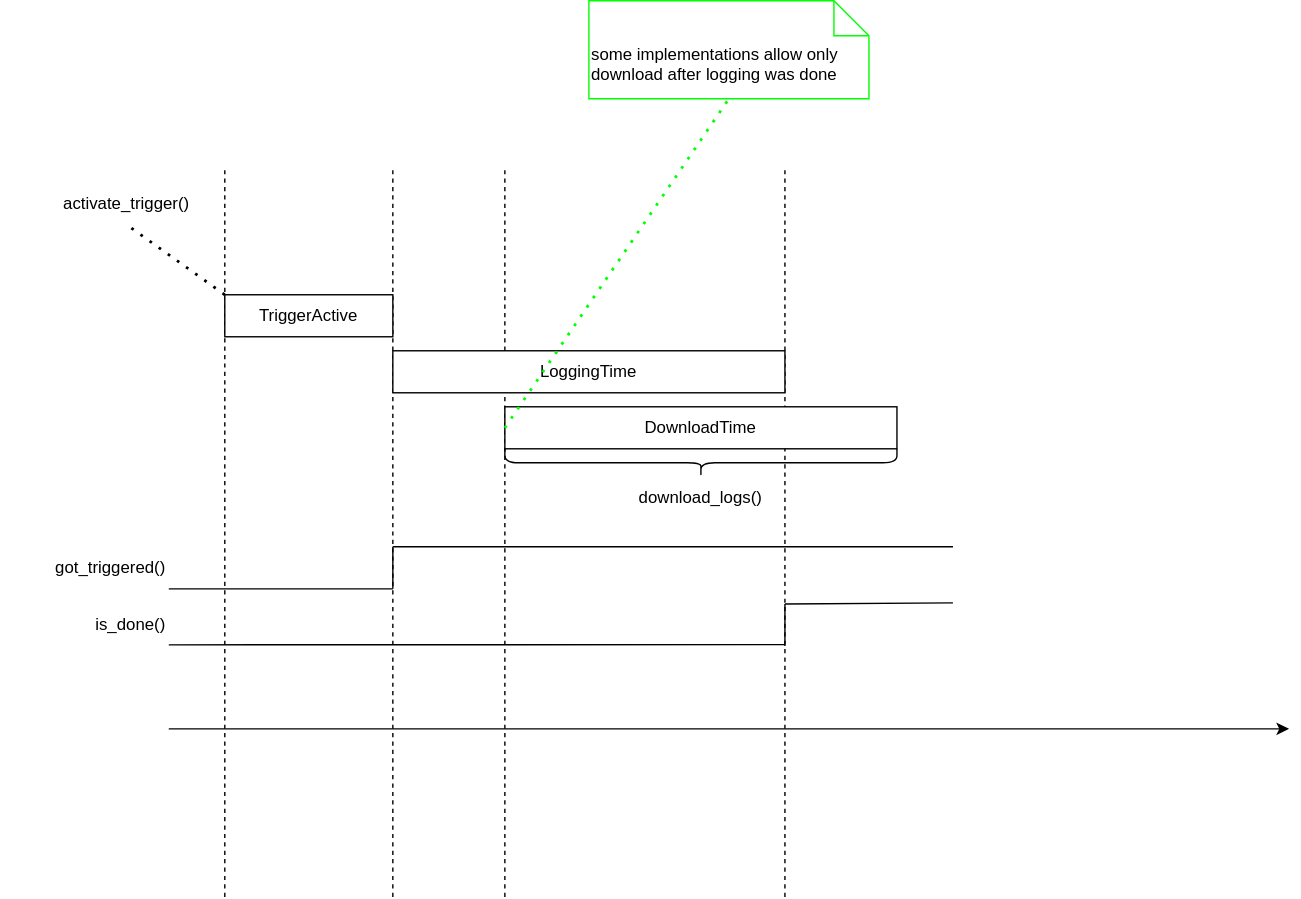
This is docs/datalogger.drawio.svg from analogdevicesinc/PyTrinamic, a draw.io export, as it was before one commit. Source tidied: cells renumbered, new cells last; positions are measured from the earlier drawing's top-left corner, leaving out a move shared by most shapes.
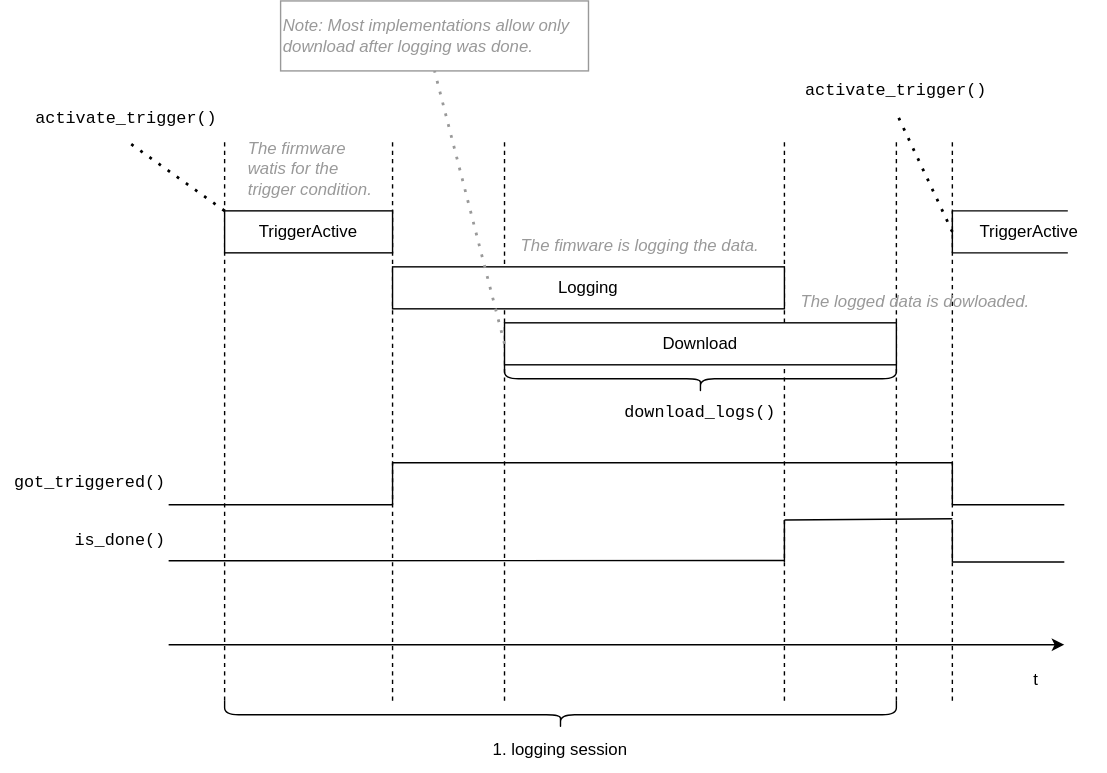
Above is the later version.

Commit message:
Docs: Improve the Datalogger's documentation

Diff of the diagram source:
```diff
@@ -1,53 +1,59 @@
-<mxGraphModel>
+<mxGraphModel background="#ffffff">
   <root>
     <mxCell id="0" />
     <mxCell id="1" parent="0" />
+    <mxCell id="24" style="endArrow=none;dashed=1;html=1;" parent="1" edge="1">
+      <mxGeometry relative="1" as="geometry">
+        <mxPoint x="640" y="560" as="sourcePoint" />
+        <mxPoint x="640" y="160" as="targetPoint" />
+      </mxGeometry>
+    </mxCell>
     <mxCell id="2" style="endArrow=none;dashed=1;html=1;" parent="1" edge="1">
       <mxGeometry relative="1" as="geometry">
-        <mxPoint x="160" y="640" as="sourcePoint" />
-        <mxPoint x="160" y="120" as="targetPoint" />
+        <mxPoint x="160" y="560" as="sourcePoint" />
+        <mxPoint x="160" y="160" as="targetPoint" />
       </mxGeometry>
     </mxCell>
     <mxCell id="3" style="endArrow=none;dashed=1;html=1;" parent="1" edge="1">
       <mxGeometry relative="1" as="geometry">
-        <mxPoint x="280" y="640" as="sourcePoint" />
-        <mxPoint x="280" y="120" as="targetPoint" />
+        <mxPoint x="280" y="560" as="sourcePoint" />
+        <mxPoint x="280" y="160" as="targetPoint" />
       </mxGeometry>
     </mxCell>
     <mxCell id="4" style="endArrow=none;dashed=1;html=1;" parent="1" edge="1">
       <mxGeometry relative="1" as="geometry">
-        <mxPoint x="360" y="640" as="sourcePoint" />
-        <mxPoint x="360" y="120" as="targetPoint" />
+        <mxPoint x="360" y="560" as="sourcePoint" />
+        <mxPoint x="360" y="160" as="targetPoint" />
       </mxGeometry>
     </mxCell>
     <mxCell id="5" style="endArrow=none;dashed=1;html=1;" parent="1" edge="1">
       <mxGeometry relative="1" as="geometry">
-        <mxPoint x="560" y="640" as="sourcePoint" />
-        <mxPoint x="560" y="120" as="targetPoint" />
+        <mxPoint x="560" y="560" as="sourcePoint" />
+        <mxPoint x="560" y="160" as="targetPoint" />
       </mxGeometry>
     </mxCell>
     <mxCell id="6" style="endArrow=classic;html=1;" parent="1" edge="1">
       <mxGeometry relative="1" as="geometry">
         <mxPoint x="120" y="520" as="sourcePoint" />
-        <mxPoint x="920" y="520" as="targetPoint" />
+        <mxPoint x="760" y="520" as="targetPoint" />
       </mxGeometry>
     </mxCell>
-    <mxCell id="7" value="DownloadTime" style="rounded=0;whiteSpace=wrap;html=1;" parent="1" vertex="1">
+    <mxCell id="7" value="Download" style="rounded=0;whiteSpace=wrap;html=1;" parent="1" vertex="1">
       <mxGeometry x="360" y="290" width="280" height="30" as="geometry" />
     </mxCell>
-    <mxCell id="8" value="LoggingTime" style="rounded=0;whiteSpace=wrap;html=1;" parent="1" vertex="1">
+    <mxCell id="8" value="Logging" style="rounded=0;whiteSpace=wrap;html=1;" parent="1" vertex="1">
       <mxGeometry x="280" y="250" width="280" height="30" as="geometry" />
     </mxCell>
     <mxCell id="9" value="TriggerActive" style="rounded=0;whiteSpace=wrap;html=1;" parent="1" vertex="1">
       <mxGeometry x="160" y="210" width="120" height="30" as="geometry" />
     </mxCell>
-    <mxCell id="10" value="activate_trigger()" style="text;html=1;strokeColor=none;fillColor=none;align=center;verticalAlign=middle;whiteSpace=wrap;rounded=0;" parent="1" vertex="1">
+    <mxCell id="10" value="activate_trigger()" style="text;html=1;strokeColor=none;fillColor=none;align=center;verticalAlign=middle;whiteSpace=wrap;rounded=0;fontFamily=Courier New;" parent="1" vertex="1">
       <mxGeometry x="60" y="130" width="60" height="30" as="geometry" />
     </mxCell>
     <mxCell id="11" style="endArrow=none;dashed=1;html=1;dashPattern=1 3;strokeWidth=2;entryX=0.5;entryY=1;entryDx=0;entryDy=0;exitX=0;exitY=0;exitDx=0;exitDy=0;" parent="1" edge="1" source="9" target="10">
       <mxGeometry relative="1" as="geometry" />
     </mxCell>
-    <mxCell id="12" value="got_triggered()" style="text;html=1;strokeColor=none;fillColor=none;align=right;verticalAlign=middle;whiteSpace=wrap;rounded=0;" parent="1" vertex="1">
+    <mxCell id="12" value="got_triggered()" style="text;html=1;strokeColor=none;fillColor=none;align=right;verticalAlign=middle;whiteSpace=wrap;rounded=0;fontFamily=Courier New;" parent="1" vertex="1">
       <mxGeometry y="390" width="120" height="30" as="geometry" />
     </mxCell>
     <mxCell id="13" style="endArrow=none;html=1;" parent="1" edge="1">
@@ -68,7 +74,7 @@
         <mxPoint x="680" y="390" as="targetPoint" />
       </mxGeometry>
     </mxCell>
-    <mxCell id="16" value="is_done()" style="text;html=1;strokeColor=none;fillColor=none;align=right;verticalAlign=middle;whiteSpace=wrap;rounded=0;" parent="1" vertex="1">
+    <mxCell id="16" value="is_done()" style="text;html=1;strokeColor=none;fillColor=none;align=right;verticalAlign=middle;whiteSpace=wrap;rounded=0;fontFamily=Courier New;" parent="1" vertex="1">
       <mxGeometry y="430.9" width="120" height="30" as="geometry" />
     </mxCell>
     <mxCell id="17" style="endArrow=none;html=1;" parent="1" edge="1">
@@ -92,14 +98,80 @@
     <mxCell id="20" style="shape=curlyBracket;whiteSpace=wrap;html=1;rounded=1;flipH=0;labelPosition=right;verticalLabelPosition=middle;align=left;verticalAlign=middle;direction=south;flipV=1;" parent="1" vertex="1">
       <mxGeometry x="360" y="320" width="280" height="20" as="geometry" />
     </mxCell>
-    <mxCell id="21" value="download_logs()" style="text;html=1;strokeColor=none;fillColor=none;align=center;verticalAlign=middle;whiteSpace=wrap;rounded=0;" parent="1" vertex="1">
+    <mxCell id="21" value="download_logs()" style="text;html=1;strokeColor=none;fillColor=none;align=center;verticalAlign=middle;whiteSpace=wrap;rounded=0;fontFamily=Courier New;" parent="1" vertex="1">
       <mxGeometry x="470" y="340" width="60" height="30" as="geometry" />
     </mxCell>
-    <mxCell id="22" value="some implementations allow only download after logging was done" style="shape=note2;boundedLbl=1;whiteSpace=wrap;html=1;size=25;verticalAlign=top;align=left;strokeColor=#00FF00;" parent="1" vertex="1">
-      <mxGeometry x="420" width="200" height="70" as="geometry" />
-    </mxCell>
-    <mxCell id="23" style="endArrow=none;dashed=1;html=1;dashPattern=1 3;strokeWidth=2;entryX=0.5;entryY=1;entryDx=0;entryDy=0;exitX=0;exitY=0.5;exitDx=0;exitDy=0;entryPerimeter=0;strokeColor=#00FF00;" parent="1" edge="1" source="7" target="22">
+    <mxCell id="23" style="endArrow=none;dashed=1;html=1;dashPattern=1 3;strokeWidth=2;entryX=0.5;entryY=1;entryDx=0;entryDy=0;exitX=0;exitY=0.5;exitDx=0;exitDy=0;strokeColor=#999999;" parent="1" edge="1" source="7" target="39">
       <mxGeometry relative="1" as="geometry" />
     </mxCell>
+    <mxCell id="25" value="t" style="text;html=1;strokeColor=none;fillColor=none;align=center;verticalAlign=middle;whiteSpace=wrap;rounded=0;" parent="1" vertex="1">
+      <mxGeometry x="720" y="530" width="40" height="30" as="geometry" />
+    </mxCell>
+    <mxCell id="26" style="endArrow=none;dashed=1;html=1;" parent="1" edge="1">
+      <mxGeometry relative="1" as="geometry">
+        <mxPoint x="680" y="560" as="sourcePoint" />
+        <mxPoint x="680" y="160" as="targetPoint" />
+      </mxGeometry>
+    </mxCell>
+    <mxCell id="27" value="TriggerActive" style="text;html=1;strokeColor=none;fillColor=none;align=center;verticalAlign=middle;whiteSpace=wrap;rounded=0;" parent="1" vertex="1">
+      <mxGeometry x="680" y="210" width="110" height="30" as="geometry" />
+    </mxCell>
+    <mxCell id="28" style="endArrow=none;html=1;exitX=0;exitY=1;exitDx=0;exitDy=0;entryX=0.75;entryY=1;entryDx=0;entryDy=0;" parent="1" edge="1" source="27" target="27">
+      <mxGeometry relative="1" as="geometry" />
+    </mxCell>
+    <mxCell id="29" style="endArrow=none;html=1;entryX=0.75;entryY=0;entryDx=0;entryDy=0;exitX=0;exitY=0;exitDx=0;exitDy=0;" parent="1" edge="1" source="27" target="27">
+      <mxGeometry relative="1" as="geometry" />
+    </mxCell>
+    <mxCell id="30" style="endArrow=none;html=1;entryX=0;entryY=0;entryDx=0;entryDy=0;exitX=0;exitY=1;exitDx=0;exitDy=0;" parent="1" edge="1" source="27" target="27">
+      <mxGeometry relative="1" as="geometry" />
+    </mxCell>
+    <mxCell id="31" style="endArrow=none;html=1;" parent="1" edge="1">
+      <mxGeometry relative="1" as="geometry">
+        <mxPoint x="680" y="420" as="sourcePoint" />
+        <mxPoint x="680" y="390" as="targetPoint" />
+      </mxGeometry>
+    </mxCell>
+    <mxCell id="32" style="endArrow=none;html=1;" parent="1" edge="1">
+      <mxGeometry relative="1" as="geometry">
+        <mxPoint x="680" y="460.9" as="sourcePoint" />
+        <mxPoint x="680" y="430.9" as="targetPoint" />
+      </mxGeometry>
+    </mxCell>
+    <mxCell id="33" style="endArrow=none;html=1;" parent="1" edge="1">
+      <mxGeometry relative="1" as="geometry">
+        <mxPoint x="680" y="420" as="sourcePoint" />
+        <mxPoint x="760" y="420" as="targetPoint" />
+      </mxGeometry>
+    </mxCell>
+    <mxCell id="34" style="endArrow=none;html=1;" parent="1" edge="1">
+      <mxGeometry relative="1" as="geometry">
+        <mxPoint x="680" y="460.9" as="sourcePoint" />
+        <mxPoint x="760" y="460.9" as="targetPoint" />
+      </mxGeometry>
+    </mxCell>
+    <mxCell id="35" value="activate_trigger()" style="text;html=1;strokeColor=none;fillColor=none;align=center;verticalAlign=middle;whiteSpace=wrap;rounded=0;fontFamily=Courier New;" parent="1" vertex="1">
+      <mxGeometry x="610" y="110" width="60" height="30" as="geometry" />
+    </mxCell>
+    <mxCell id="36" style="endArrow=none;dashed=1;html=1;dashPattern=1 3;strokeWidth=2;entryX=0.5;entryY=1;entryDx=0;entryDy=0;exitX=0;exitY=0.5;exitDx=0;exitDy=0;" parent="1" edge="1" source="27" target="35">
+      <mxGeometry relative="1" as="geometry" />
+    </mxCell>
+    <mxCell id="37" style="shape=curlyBracket;whiteSpace=wrap;html=1;rounded=1;flipH=0;labelPosition=right;verticalLabelPosition=middle;align=left;verticalAlign=middle;direction=south;flipV=1;" parent="1" vertex="1">
+      <mxGeometry x="160" y="560" width="480" height="20" as="geometry" />
+    </mxCell>
+    <mxCell id="38" value="1. logging session" style="text;html=1;strokeColor=none;fillColor=none;align=center;verticalAlign=middle;whiteSpace=wrap;rounded=0;" parent="1" vertex="1">
+      <mxGeometry x="320" y="580" width="160" height="30" as="geometry" />
+    </mxCell>
+    <mxCell id="39" value="&lt;span style=&quot;color: rgb(153, 153, 153);&quot;&gt;Note: Most implementations allow only download after logging was done.&lt;/span&gt;" style="rounded=0;whiteSpace=wrap;html=1;fontStyle=2;strokeColor=#999999;align=left;" parent="1" vertex="1">
+      <mxGeometry x="200" y="60" width="220" height="50" as="geometry" />
+    </mxCell>
+    <mxCell id="40" value="The firmware watis for the trigger condition." style="text;html=1;strokeColor=none;fillColor=none;align=left;verticalAlign=middle;whiteSpace=wrap;rounded=0;fontStyle=2;fontColor=#999999;" parent="1" vertex="1">
+      <mxGeometry x="175" y="150" width="95" height="60" as="geometry" />
+    </mxCell>
+    <mxCell id="41" value="The fimware is logging the data." style="text;html=1;strokeColor=none;fillColor=none;align=left;verticalAlign=middle;whiteSpace=wrap;rounded=0;fontStyle=2;fontColor=#999999;" parent="1" vertex="1">
+      <mxGeometry x="370" y="220" width="190" height="30" as="geometry" />
+    </mxCell>
+    <mxCell id="42" value="The logged data is dowloaded." style="text;html=1;strokeColor=none;fillColor=none;align=left;verticalAlign=middle;whiteSpace=wrap;rounded=0;fontStyle=2;fontColor=#999999;" parent="1" vertex="1">
+      <mxGeometry x="570" y="260" width="170" height="30" as="geometry" />
+    </mxCell>
   </root>
 </mxGraphModel>
```
